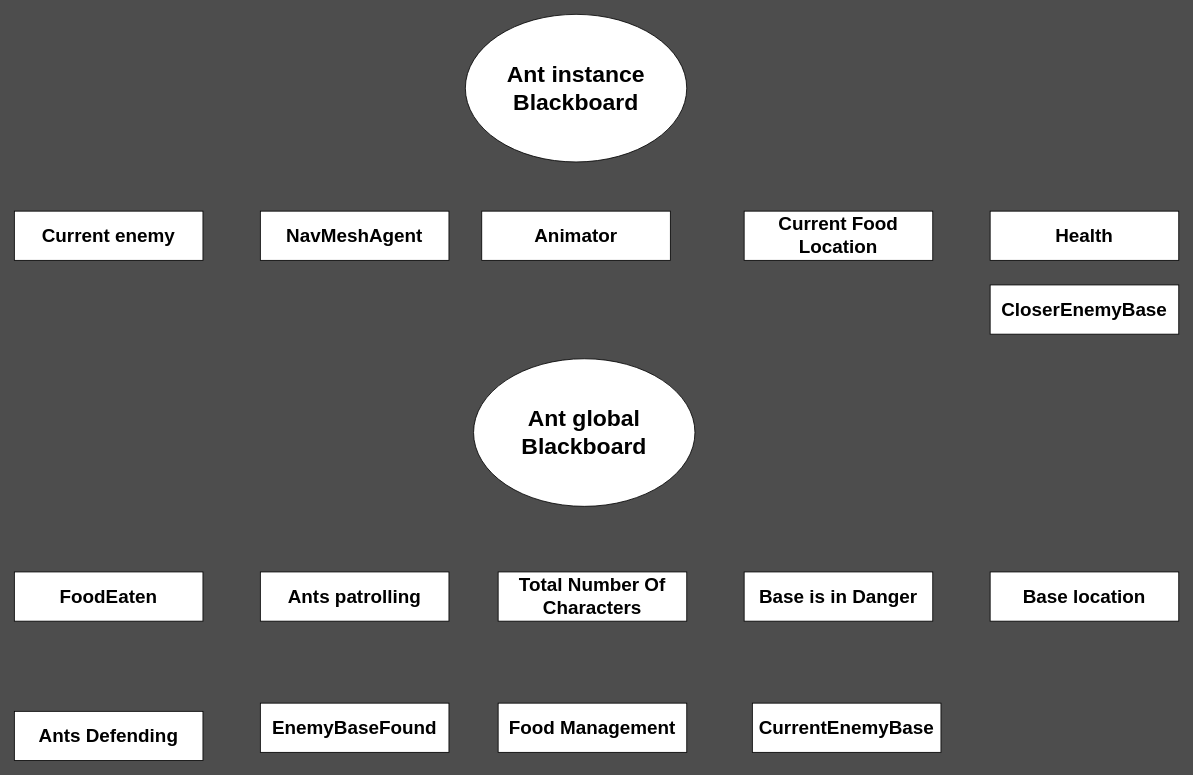
arturo101199/GardenBattle keeps this draw.io diagram as page "Blackboard" (5 of 5) of Design/Ant.drawio. Above is the earlier version. Source tidied: cells renumbered, new cells numbered last; positions are measured from the earlier drawing's top-left corner, leaving out a move shared by most shapes. Both pictures are drawn from the tidied source at 82%, with x=0, y=0 at pixel (14, 14).
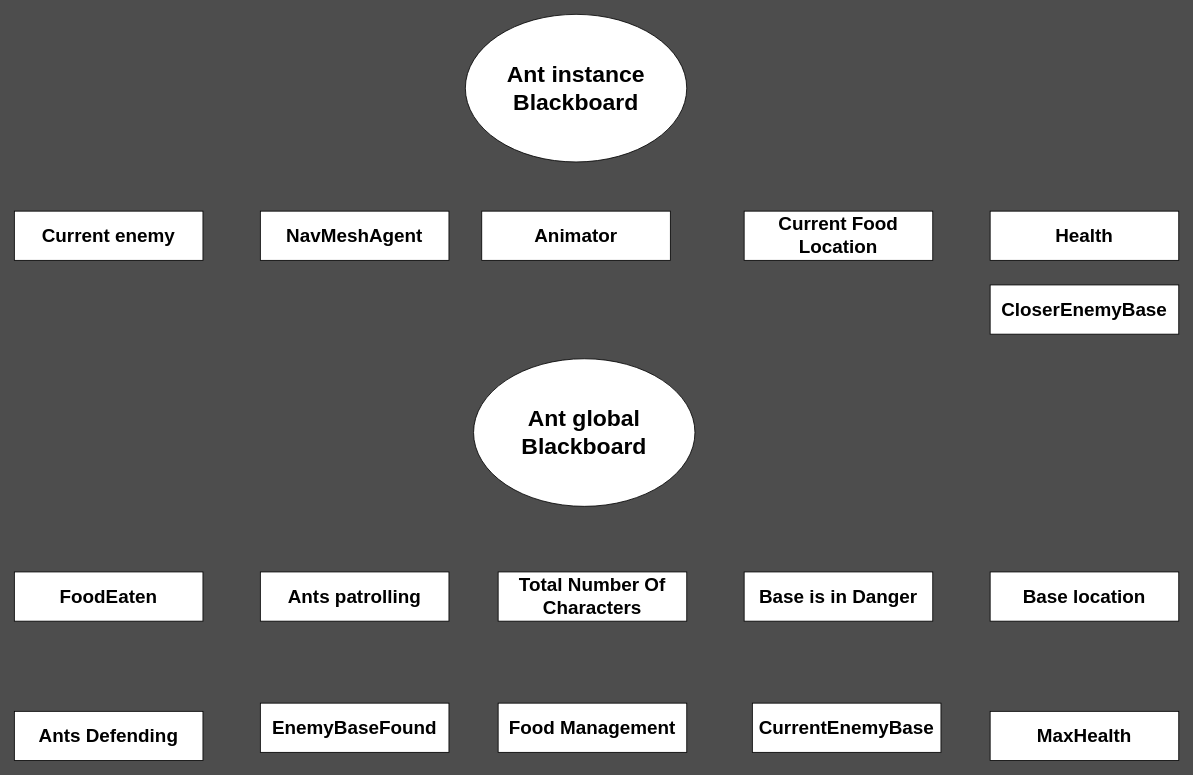
The same page after the edit.

Change to the diagram source:
```diff
@@
 <mxGraphModel background="#4D4D4D">
   <root>
     <mxCell id="0" />
     <mxCell id="1" parent="0" />
     <mxCell id="2" value="&lt;font style=&quot;font-size: 28px&quot;&gt;&lt;b&gt;Ant instance Blackboard&lt;/b&gt;&lt;/font&gt;" style="ellipse;whiteSpace=wrap;html=1;" parent="1" vertex="1">
       <mxGeometry x="550" width="270" height="180" as="geometry" />
     </mxCell>
     <mxCell id="3" value="&lt;font style=&quot;font-size: 23px&quot;&gt;&lt;b&gt;FoodEaten&lt;/b&gt;&lt;/font&gt;" style="rounded=0;whiteSpace=wrap;html=1;" parent="1" vertex="1">
       <mxGeometry y="680" width="230" height="60" as="geometry" />
     </mxCell>
     <mxCell id="4" value="&lt;font style=&quot;font-size: 23px&quot;&gt;&lt;b&gt;Animator&lt;/b&gt;&lt;/font&gt;" style="rounded=0;whiteSpace=wrap;html=1;" parent="1" vertex="1">
       <mxGeometry x="570" y="240" width="230" height="60" as="geometry" />
     </mxCell>
     <mxCell id="5" value="&lt;font style=&quot;font-size: 23px&quot;&gt;&lt;b&gt;Current Food Location&lt;br&gt;&lt;/b&gt;&lt;/font&gt;" style="rounded=0;whiteSpace=wrap;html=1;" parent="1" vertex="1">
       <mxGeometry x="890" y="240" width="230" height="60" as="geometry" />
     </mxCell>
     <mxCell id="6" value="&lt;font style=&quot;font-size: 23px&quot;&gt;&lt;b&gt;Base location&lt;br&gt;&lt;/b&gt;&lt;/font&gt;" style="rounded=0;whiteSpace=wrap;html=1;" parent="1" vertex="1">
       <mxGeometry x="1190" y="680" width="230" height="60" as="geometry" />
     </mxCell>
     <mxCell id="7" value="&lt;font style=&quot;font-size: 23px&quot;&gt;&lt;b&gt;Current enemy&lt;/b&gt;&lt;/font&gt;" style="rounded=0;whiteSpace=wrap;html=1;" parent="1" vertex="1">
       <mxGeometry y="240" width="230" height="60" as="geometry" />
     </mxCell>
     <mxCell id="8" value="&lt;span style=&quot;font-size: 23px&quot;&gt;&lt;b&gt;Total Number Of Characters&lt;/b&gt;&lt;/span&gt;" style="rounded=0;whiteSpace=wrap;html=1;" parent="1" vertex="1">
       <mxGeometry x="590" y="680" width="230" height="60" as="geometry" />
     </mxCell>
     <mxCell id="9" value="&lt;span style=&quot;font-size: 23px&quot;&gt;&lt;b&gt;Ants patrolling&lt;/b&gt;&lt;/span&gt;" style="rounded=0;whiteSpace=wrap;html=1;" parent="1" vertex="1">
       <mxGeometry x="300" y="680" width="230" height="60" as="geometry" />
     </mxCell>
     <mxCell id="10" value="&lt;span style=&quot;font-size: 23px&quot;&gt;&lt;b&gt;Base is in Danger&lt;/b&gt;&lt;/span&gt;" style="rounded=0;whiteSpace=wrap;html=1;" parent="1" vertex="1">
       <mxGeometry x="890" y="680" width="230" height="60" as="geometry" />
     </mxCell>
     <mxCell id="11" value="&lt;span style=&quot;font-size: 23px&quot;&gt;&lt;b&gt;Health&lt;/b&gt;&lt;/span&gt;" style="rounded=0;whiteSpace=wrap;html=1;" parent="1" vertex="1">
       <mxGeometry x="1190" y="240" width="230" height="60" as="geometry" />
     </mxCell>
     <mxCell id="12" value="&lt;font style=&quot;font-size: 28px&quot;&gt;&lt;b&gt;Ant global Blackboard&lt;/b&gt;&lt;/font&gt;" style="ellipse;whiteSpace=wrap;html=1;" parent="1" vertex="1">
       <mxGeometry x="560" y="420" width="270" height="180" as="geometry" />
     </mxCell>
     <mxCell id="13" value="&lt;span style=&quot;font-size: 23px&quot;&gt;&lt;b&gt;Food Management&lt;br&gt;&lt;/b&gt;&lt;/span&gt;" style="rounded=0;whiteSpace=wrap;html=1;" parent="1" vertex="1">
       <mxGeometry x="590" y="840" width="230" height="60" as="geometry" />
     </mxCell>
     <mxCell id="14" value="&lt;font style=&quot;font-size: 23px&quot;&gt;&lt;b&gt;NavMeshAgent&lt;br&gt;&lt;/b&gt;&lt;/font&gt;" style="rounded=0;whiteSpace=wrap;html=1;" parent="1" vertex="1">
       <mxGeometry x="300" y="240" width="230" height="60" as="geometry" />
     </mxCell>
     <mxCell id="15" value="&lt;span style=&quot;font-size: 23px&quot;&gt;&lt;b&gt;CurrentEnemyBase&lt;/b&gt;&lt;/span&gt;" style="rounded=0;whiteSpace=wrap;html=1;" parent="1" vertex="1">
       <mxGeometry x="900" y="840" width="230" height="60" as="geometry" />
     </mxCell>
     <mxCell id="16" value="&lt;span style=&quot;font-size: 23px&quot;&gt;&lt;b&gt;CloserEnemyBase&lt;/b&gt;&lt;/span&gt;" style="rounded=0;whiteSpace=wrap;html=1;" parent="1" vertex="1">
       <mxGeometry x="1190" y="330" width="230" height="60" as="geometry" />
     </mxCell>
     <mxCell id="17" value="&lt;span style=&quot;font-size: 23px&quot;&gt;&lt;b&gt;EnemyBaseFound&lt;br&gt;&lt;/b&gt;&lt;/span&gt;" style="rounded=0;whiteSpace=wrap;html=1;" parent="1" vertex="1">
       <mxGeometry x="300" y="840" width="230" height="60" as="geometry" />
     </mxCell>
     <mxCell id="18" value="&lt;span style=&quot;font-size: 23px&quot;&gt;&lt;b&gt;Ants Defending&lt;br&gt;&lt;/b&gt;&lt;/span&gt;" style="rounded=0;whiteSpace=wrap;html=1;" parent="1" vertex="1">
       <mxGeometry y="850" width="230" height="60" as="geometry" />
     </mxCell>
+    <mxCell id="19" value="&lt;span style=&quot;font-size: 23px&quot;&gt;&lt;b&gt;MaxHealth&lt;br&gt;&lt;/b&gt;&lt;/span&gt;" style="rounded=0;whiteSpace=wrap;html=1;" parent="1" vertex="1">
+      <mxGeometry x="1190" y="850" width="230" height="60" as="geometry" />
+    </mxCell>
   </root>
 </mxGraphModel>
```
